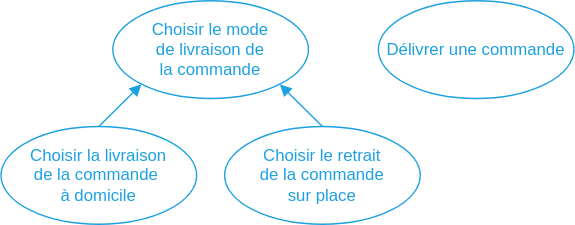
Before: img/figure_implicit-actions-delivery.svg, a diagram exported from draw.io (centvingt/OCPizzaRedaction). Source tidied: cells renumbered, new cells last; positions are measured from the earlier drawing's top-left corner, leaving out a move shared by most shapes.
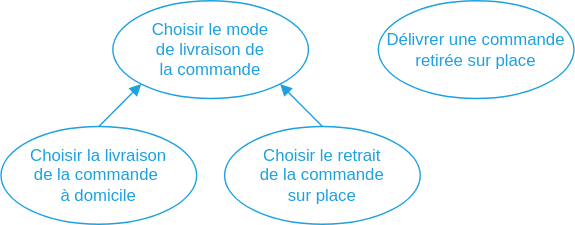
After the commit.

The edit, as a diff of the source:
```diff
@@ -17,7 +17,7 @@
     <mxCell id="6" style="rounded=0;jettySize=auto;html=1;endArrow=block;endFill=1;strokeColor=#1DA1E1;exitX=0.5;exitY=0;exitDx=0;exitDy=0;entryX=1;entryY=1;entryDx=0;entryDy=0;" parent="1" edge="1" source="5" target="2">
       <mxGeometry x="10" y="10" as="geometry" />
     </mxCell>
-    <mxCell id="7" value="&lt;font color=&quot;#1da1e1&quot;&gt;Délivrer une commande&lt;/font&gt;" style="ellipse;whiteSpace=wrap;html=1;fillColor=none;strokeColor=#1DA1E1;" parent="1" vertex="1">
+    <mxCell id="7" value="&lt;font color=&quot;#1da1e1&quot;&gt;Délivrer une commande&lt;br&gt;retirée sur place&lt;br&gt;&lt;/font&gt;" style="ellipse;whiteSpace=wrap;html=1;fillColor=none;strokeColor=#1DA1E1;" parent="1" vertex="1">
       <mxGeometry x="270" width="140" height="70" as="geometry" />
     </mxCell>
   </root>
```
